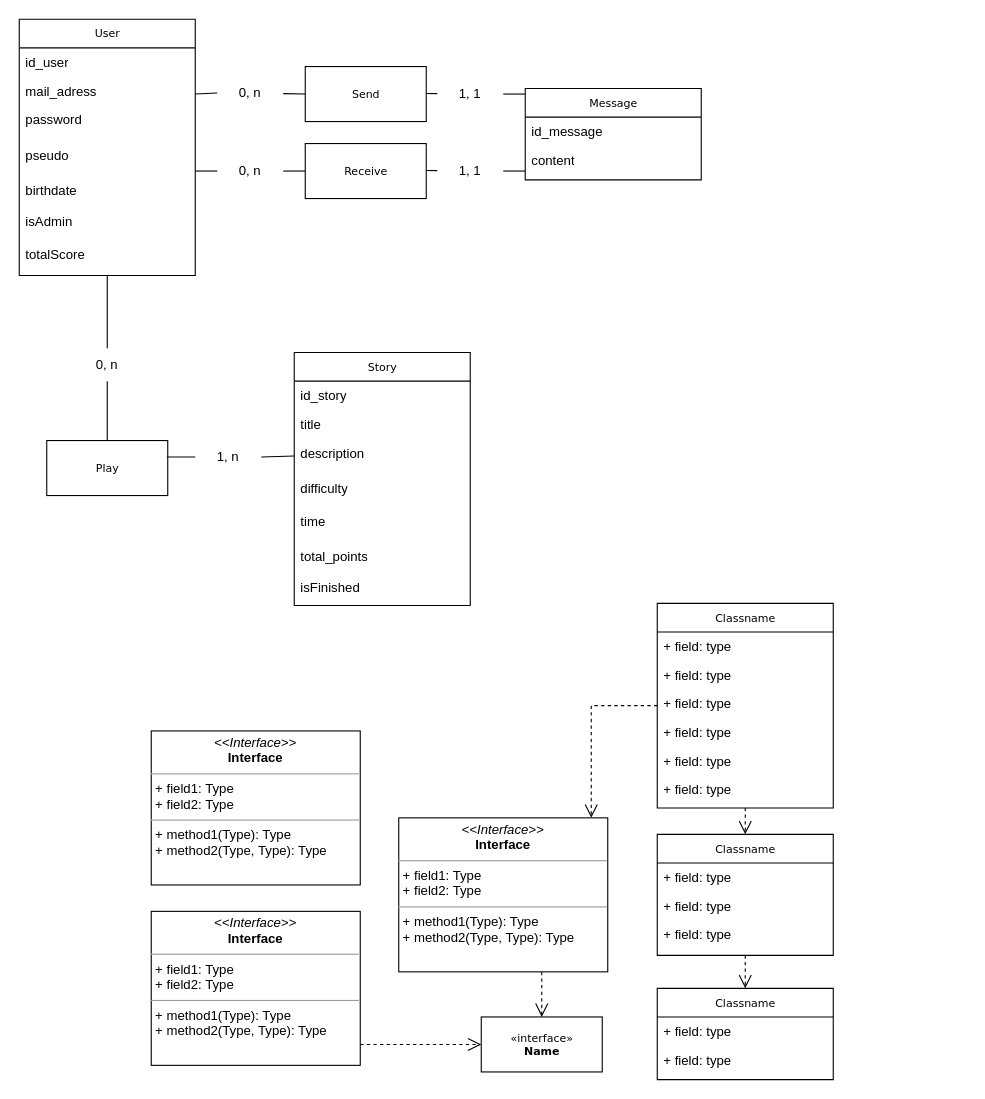
Earlier version of the draw.io diagram public/MCD_Interface.drawio (EnguerranSGG/Escape_Game_Project). Source tidied: cells renumbered, new cells numbered last; positions are measured from the earlier drawing's top-left corner, leaving out a move shared by most shapes. Both pictures are drawn from the tidied source at 110%, with x=0, y=0 at pixel (19, 19).
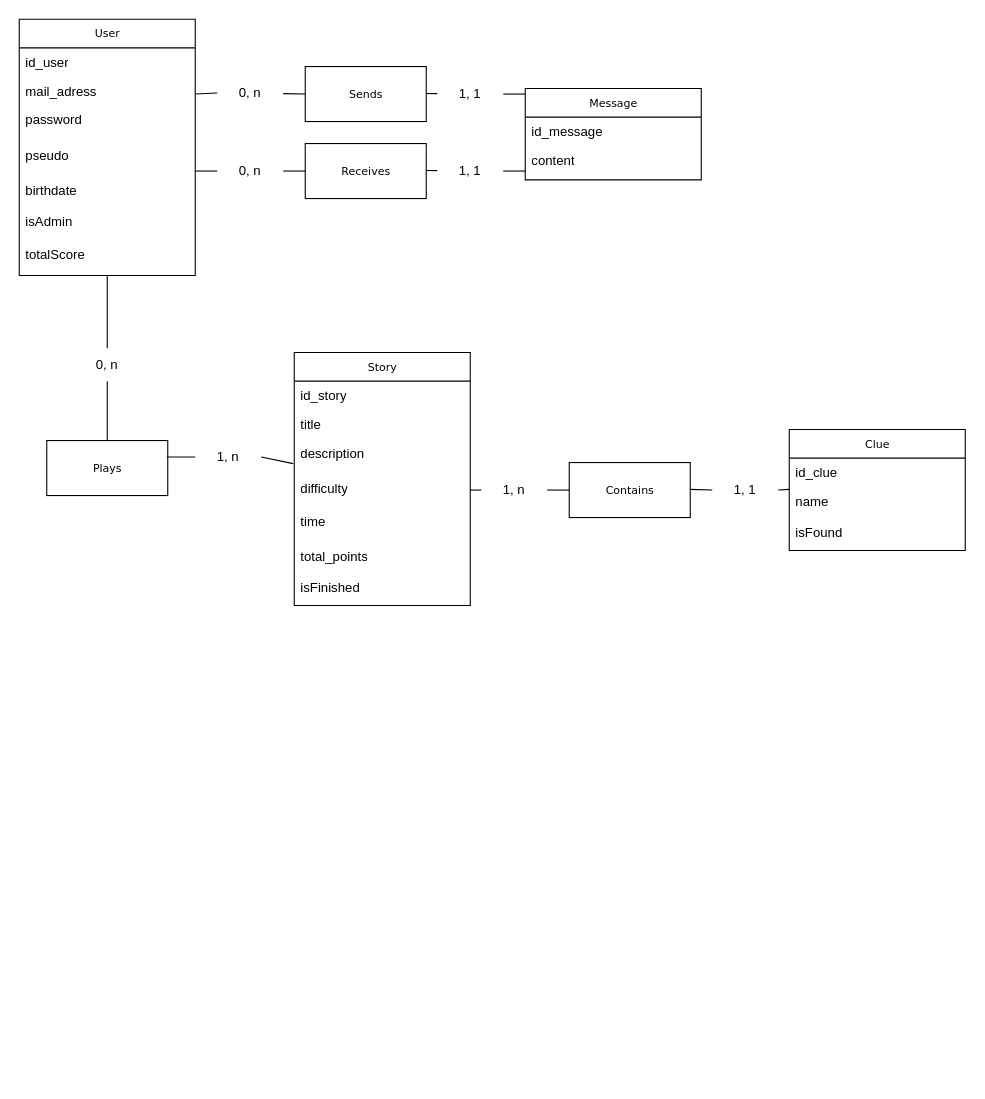
After the change.

Commit message:
Adding a clue's table

Unchanged cells that the change refers to:
```xml
<mxCell id="45" value="description" style="text;html=1;strokeColor=none;fillColor=none;align=left;verticalAlign=top;spacingLeft=4;spacingRight=4;whiteSpace=wrap;overflow=hidden;points=[[0,0.5],[1,0.5]];portConstraint=eastwest;" parent="42" vertex="1">
  <mxGeometry y="78" width="160" height="32" as="geometry" />
</mxCell>
<mxCell id="46" value="difficulty" style="text;html=1;strokeColor=none;fillColor=none;align=left;verticalAlign=top;spacingLeft=4;spacingRight=4;whiteSpace=wrap;overflow=hidden;points=[[0,0.5],[1,0.5]];portConstraint=eastwest;" parent="42" vertex="1">
  <mxGeometry y="110" width="160" height="30" as="geometry" />
</mxCell>
<mxCell id="64" value="&lt;div&gt;1, n &lt;/div&gt;" style="text;html=1;align=center;verticalAlign=middle;whiteSpace=wrap;rounded=0;" parent="1" vertex="1">
  <mxGeometry x="160" y="383" width="60" height="30" as="geometry" />
</mxCell>
```

The edit, as a diff of the source:
```diff
@@
-    <mxCell id="2" style="edgeStyle=orthogonalEdgeStyle;rounded=0;html=1;dashed=1;labelBackgroundColor=none;startFill=0;endArrow=open;endFill=0;endSize=10;fontFamily=Verdana;fontSize=10;" parent="1" edge="1" source="4" target="32">
-      <mxGeometry relative="1" as="geometry">
-        <Array as="points">
-          <mxPoint x="520" y="624" />
-        </Array>
-      </mxGeometry>
-    </mxCell>
-    <mxCell id="3" style="edgeStyle=orthogonalEdgeStyle;rounded=0;html=1;dashed=1;labelBackgroundColor=none;startFill=0;endArrow=open;endFill=0;endSize=10;fontFamily=Verdana;fontSize=10;" parent="1" edge="1" source="4" target="26">
-      <mxGeometry relative="1" as="geometry" />
-    </mxCell>
-    <mxCell id="4" value="Classname" style="swimlane;html=1;fontStyle=0;horizontal=1;startSize=26;fillColor=none;swimlaneFillColor=#ffffff;rounded=0;shadow=0;comic=0;labelBackgroundColor=none;strokeWidth=1;fontFamily=Verdana;fontSize=10;align=center;" parent="1" vertex="1">
-      <mxGeometry x="580" y="531" width="160" height="186" as="geometry" />
-    </mxCell>
-    <mxCell id="5" value="+ field: type" style="text;html=1;strokeColor=none;fillColor=none;align=left;verticalAlign=top;spacingLeft=4;spacingRight=4;whiteSpace=wrap;overflow=hidden;" parent="4" vertex="1">
-      <mxGeometry y="26" width="160" height="26" as="geometry" />
-    </mxCell>
-    <mxCell id="6" value="+ field: type" style="text;html=1;strokeColor=none;fillColor=none;align=left;verticalAlign=top;spacingLeft=4;spacingRight=4;whiteSpace=wrap;overflow=hidden;" parent="4" vertex="1">
-      <mxGeometry y="52" width="160" height="26" as="geometry" />
-    </mxCell>
-    <mxCell id="7" value="+ field: type" style="text;html=1;strokeColor=none;fillColor=none;align=left;verticalAlign=top;spacingLeft=4;spacingRight=4;whiteSpace=wrap;overflow=hidden;" parent="4" vertex="1">
-      <mxGeometry y="78" width="160" height="26" as="geometry" />
-    </mxCell>
-    <mxCell id="8" value="+ field: type" style="text;html=1;strokeColor=none;fillColor=none;align=left;verticalAlign=top;spacingLeft=4;spacingRight=4;whiteSpace=wrap;overflow=hidden;" parent="4" vertex="1">
-      <mxGeometry y="104" width="160" height="26" as="geometry" />
-    </mxCell>
-    <mxCell id="9" value="+ field: type" style="text;html=1;strokeColor=none;fillColor=none;align=left;verticalAlign=top;spacingLeft=4;spacingRight=4;whiteSpace=wrap;overflow=hidden;" parent="4" vertex="1">
-      <mxGeometry y="130" width="160" height="26" as="geometry" />
-    </mxCell>
-    <mxCell id="10" value="+ field: type" style="text;html=1;strokeColor=none;fillColor=none;align=left;verticalAlign=top;spacingLeft=4;spacingRight=4;whiteSpace=wrap;overflow=hidden;" parent="4" vertex="1">
-      <mxGeometry y="156" width="160" height="26" as="geometry" />
-    </mxCell>
@@
-    <mxCell id="22" value="Classname" style="swimlane;html=1;fontStyle=0;horizontal=1;startSize=26;fillColor=none;swimlaneFillColor=#ffffff;rounded=0;shadow=0;comic=0;labelBackgroundColor=none;strokeWidth=1;fontFamily=Verdana;fontSize=10;align=center;" parent="1" vertex="1">
-      <mxGeometry x="580" y="881" width="160" height="83" as="geometry" />
-    </mxCell>
-    <mxCell id="23" value="+ field: type" style="text;html=1;strokeColor=none;fillColor=none;align=left;verticalAlign=top;spacingLeft=4;spacingRight=4;whiteSpace=wrap;overflow=hidden;" parent="22" vertex="1">
-      <mxGeometry y="26" width="160" height="26" as="geometry" />
-    </mxCell>
-    <mxCell id="24" value="+ field: type" style="text;html=1;strokeColor=none;fillColor=none;align=left;verticalAlign=top;spacingLeft=4;spacingRight=4;whiteSpace=wrap;overflow=hidden;" parent="22" vertex="1">
-      <mxGeometry y="52" width="160" height="26" as="geometry" />
-    </mxCell>
-    <mxCell id="25" style="edgeStyle=orthogonalEdgeStyle;rounded=0;html=1;dashed=1;labelBackgroundColor=none;startFill=0;endArrow=open;endFill=0;endSize=10;fontFamily=Verdana;fontSize=10;" parent="1" edge="1" source="26" target="22">
-      <mxGeometry relative="1" as="geometry" />
-    </mxCell>
-    <mxCell id="26" value="Classname" style="swimlane;html=1;fontStyle=0;horizontal=1;startSize=26;fillColor=none;swimlaneFillColor=#ffffff;rounded=0;shadow=0;comic=0;labelBackgroundColor=none;strokeWidth=1;fontFamily=Verdana;fontSize=10;align=center;" parent="1" vertex="1">
-      <mxGeometry x="580" y="741" width="160" height="110" as="geometry" />
-    </mxCell>
-    <mxCell id="27" value="+ field: type" style="text;html=1;strokeColor=none;fillColor=none;align=left;verticalAlign=top;spacingLeft=4;spacingRight=4;whiteSpace=wrap;overflow=hidden;" parent="26" vertex="1">
-      <mxGeometry y="26" width="160" height="26" as="geometry" />
-    </mxCell>
-    <mxCell id="28" value="+ field: type" style="text;html=1;strokeColor=none;fillColor=none;align=left;verticalAlign=top;spacingLeft=4;spacingRight=4;whiteSpace=wrap;overflow=hidden;" parent="26" vertex="1">
-      <mxGeometry y="52" width="160" height="26" as="geometry" />
-    </mxCell>
-    <mxCell id="29" value="+ field: type" style="text;html=1;strokeColor=none;fillColor=none;align=left;verticalAlign=top;spacingLeft=4;spacingRight=4;whiteSpace=wrap;overflow=hidden;" parent="26" vertex="1">
-      <mxGeometry y="78" width="160" height="26" as="geometry" />
-    </mxCell>
-    <mxCell id="30" value="&amp;laquo;interface&amp;raquo;&lt;br&gt;&lt;b&gt;Name&lt;/b&gt;" style="html=1;rounded=0;shadow=0;comic=0;labelBackgroundColor=none;strokeWidth=1;fontFamily=Verdana;fontSize=10;align=center;" parent="1" vertex="1">
-      <mxGeometry x="420" y="907" width="110" height="50" as="geometry" />
-    </mxCell>
-    <mxCell id="31" style="edgeStyle=orthogonalEdgeStyle;rounded=0;html=1;dashed=1;labelBackgroundColor=none;startFill=0;endArrow=open;endFill=0;endSize=10;fontFamily=Verdana;fontSize=10;" parent="1" edge="1" source="32" target="30">
-      <mxGeometry relative="1" as="geometry">
-        <Array as="points">
-          <mxPoint x="475" y="873" />
-          <mxPoint x="475" y="873" />
-        </Array>
-      </mxGeometry>
-    </mxCell>
-    <mxCell id="32" value="&lt;p style=&quot;margin:0px;margin-top:4px;text-align:center;&quot;&gt;&lt;i&gt;&amp;lt;&amp;lt;Interface&amp;gt;&amp;gt;&lt;/i&gt;&lt;br/&gt;&lt;b&gt;Interface&lt;/b&gt;&lt;/p&gt;&lt;hr size=&quot;1&quot;/&gt;&lt;p style=&quot;margin:0px;margin-left:4px;&quot;&gt;+ field1: Type&lt;br/&gt;+ field2: Type&lt;/p&gt;&lt;hr size=&quot;1&quot;/&gt;&lt;p style=&quot;margin:0px;margin-left:4px;&quot;&gt;+ method1(Type): Type&lt;br/&gt;+ method2(Type, Type): Type&lt;/p&gt;" style="verticalAlign=top;align=left;overflow=fill;fontSize=12;fontFamily=Helvetica;html=1;rounded=0;shadow=0;comic=0;labelBackgroundColor=none;strokeWidth=1;" parent="1" vertex="1">
-      <mxGeometry x="345" y="726" width="190" height="140" as="geometry" />
-    </mxCell>
-    <mxCell id="33" style="edgeStyle=orthogonalEdgeStyle;rounded=0;html=1;dashed=1;labelBackgroundColor=none;startFill=0;endArrow=open;endFill=0;endSize=10;fontFamily=Verdana;fontSize=10;" parent="1" edge="1" source="34" target="30">
-      <mxGeometry relative="1" as="geometry">
-        <Array as="points">
-          <mxPoint x="340" y="932" />
-          <mxPoint x="340" y="932" />
-        </Array>
-      </mxGeometry>
-    </mxCell>
-    <mxCell id="34" value="&lt;p style=&quot;margin:0px;margin-top:4px;text-align:center;&quot;&gt;&lt;i&gt;&amp;lt;&amp;lt;Interface&amp;gt;&amp;gt;&lt;/i&gt;&lt;br/&gt;&lt;b&gt;Interface&lt;/b&gt;&lt;/p&gt;&lt;hr size=&quot;1&quot;/&gt;&lt;p style=&quot;margin:0px;margin-left:4px;&quot;&gt;+ field1: Type&lt;br/&gt;+ field2: Type&lt;/p&gt;&lt;hr size=&quot;1&quot;/&gt;&lt;p style=&quot;margin:0px;margin-left:4px;&quot;&gt;+ method1(Type): Type&lt;br/&gt;+ method2(Type, Type): Type&lt;/p&gt;" style="verticalAlign=top;align=left;overflow=fill;fontSize=12;fontFamily=Helvetica;html=1;rounded=0;shadow=0;comic=0;labelBackgroundColor=none;strokeWidth=1;" parent="1" vertex="1">
-      <mxGeometry x="120" y="811" width="190" height="140" as="geometry" />
-    </mxCell>
-    <mxCell id="35" value="&lt;p style=&quot;margin:0px;margin-top:4px;text-align:center;&quot;&gt;&lt;i&gt;&amp;lt;&amp;lt;Interface&amp;gt;&amp;gt;&lt;/i&gt;&lt;br/&gt;&lt;b&gt;Interface&lt;/b&gt;&lt;/p&gt;&lt;hr size=&quot;1&quot;/&gt;&lt;p style=&quot;margin:0px;margin-left:4px;&quot;&gt;+ field1: Type&lt;br/&gt;+ field2: Type&lt;/p&gt;&lt;hr size=&quot;1&quot;/&gt;&lt;p style=&quot;margin:0px;margin-left:4px;&quot;&gt;+ method1(Type): Type&lt;br/&gt;+ method2(Type, Type): Type&lt;/p&gt;" style="verticalAlign=top;align=left;overflow=fill;fontSize=12;fontFamily=Helvetica;html=1;rounded=0;shadow=0;comic=0;labelBackgroundColor=none;strokeWidth=1;" parent="1" vertex="1">
-      <mxGeometry x="120" y="647" width="190" height="140" as="geometry" />
-    </mxCell>
-    <mxCell id="36" value="Send" style="html=1;rounded=0;shadow=0;comic=0;labelBackgroundColor=none;strokeWidth=1;fontFamily=Verdana;fontSize=10;align=center;" parent="1" vertex="1">
+    <mxCell id="36" value="Sends" style="html=1;rounded=0;shadow=0;comic=0;labelBackgroundColor=none;strokeWidth=1;fontFamily=Verdana;fontSize=10;align=center;" parent="1" vertex="1">
       <mxGeometry x="260" y="43" width="110" height="50" as="geometry" />
     </mxCell>
@@
-    <mxCell id="39" value="Receive" style="html=1;rounded=0;shadow=0;comic=0;labelBackgroundColor=none;strokeWidth=1;fontFamily=Verdana;fontSize=10;align=center;" parent="1" vertex="1">
+    <mxCell id="39" value="Receives" style="html=1;rounded=0;shadow=0;comic=0;labelBackgroundColor=none;strokeWidth=1;fontFamily=Verdana;fontSize=10;align=center;" parent="1" vertex="1">
       <mxGeometry x="260" y="113" width="110" height="50" as="geometry" />
     </mxCell>
@@
-    <mxCell id="50" value="Play" style="html=1;rounded=0;shadow=0;comic=0;labelBackgroundColor=none;strokeWidth=1;fontFamily=Verdana;fontSize=10;align=center;" parent="1" vertex="1">
+    <mxCell id="50" value="Plays" style="html=1;rounded=0;shadow=0;comic=0;labelBackgroundColor=none;strokeWidth=1;fontFamily=Verdana;fontSize=10;align=center;" parent="1" vertex="1">
       <mxGeometry x="25" y="383" width="110" height="50" as="geometry" />
     </mxCell>
@@
-    <mxCell id="62" style="endArrow=none;html=1;rounded=0;entryX=0;entryY=0.5;entryDx=0;entryDy=0;exitX=1;exitY=0.5;exitDx=0;exitDy=0;" parent="1" edge="1" source="64" target="45">
+    <mxCell id="62" style="endArrow=none;html=1;rounded=0;entryX=-0.006;entryY=0.719;entryDx=0;entryDy=0;entryPerimeter=0;exitX=1;exitY=0.5;exitDx=0;exitDy=0;" parent="1" edge="1" source="64" target="45">
       <mxGeometry relative="1" as="geometry" />
     </mxCell>
@@
+    <mxCell id="65" value="Contains" style="html=1;rounded=0;shadow=0;comic=0;labelBackgroundColor=none;strokeWidth=1;fontFamily=Verdana;fontSize=10;align=center;" parent="1" vertex="1">
+      <mxGeometry x="500" y="403" width="110" height="50" as="geometry" />
+    </mxCell>
+    <mxCell id="66" value="Clue" style="swimlane;html=1;fontStyle=0;horizontal=1;startSize=26;fillColor=none;swimlaneFillColor=#ffffff;rounded=0;shadow=0;comic=0;labelBackgroundColor=none;strokeWidth=1;fontFamily=Verdana;fontSize=10;align=center;" parent="1" vertex="1">
+      <mxGeometry x="700" y="373" width="160" height="110" as="geometry" />
+    </mxCell>
+    <mxCell id="67" value="id_clue" style="text;html=1;strokeColor=none;fillColor=none;align=left;verticalAlign=top;spacingLeft=4;spacingRight=4;whiteSpace=wrap;overflow=hidden;" parent="66" vertex="1">
+      <mxGeometry y="26" width="160" height="26" as="geometry" />
+    </mxCell>
+    <mxCell id="68" value="name" style="text;html=1;strokeColor=none;fillColor=none;align=left;verticalAlign=top;spacingLeft=4;spacingRight=4;whiteSpace=wrap;overflow=hidden;" parent="66" vertex="1">
+      <mxGeometry y="52" width="160" height="28" as="geometry" />
+    </mxCell>
+    <mxCell id="69" value="isFound" style="text;html=1;strokeColor=none;fillColor=none;align=left;verticalAlign=top;spacingLeft=4;spacingRight=4;whiteSpace=wrap;overflow=hidden;" parent="66" vertex="1">
+      <mxGeometry y="80" width="160" height="28" as="geometry" />
+    </mxCell>
+    <mxCell id="70" style="endArrow=none;html=1;rounded=0;entryX=0;entryY=0.5;entryDx=0;entryDy=0;exitX=1;exitY=0.5;exitDx=0;exitDy=0;" parent="1" edge="1" source="73" target="65">
+      <mxGeometry relative="1" as="geometry" />
+    </mxCell>
+    <mxCell id="71" style="endArrow=none;html=1;rounded=0;entryX=0;entryY=0.5;entryDx=0;entryDy=0;exitX=1;exitY=0.5;exitDx=0;exitDy=0;" parent="1" edge="1" source="75">
+      <mxGeometry relative="1" as="geometry">
+        <mxPoint x="700" y="427.4" as="targetPoint" />
+      </mxGeometry>
+    </mxCell>
+    <mxCell id="72" style="endArrow=none;html=1;rounded=0;entryX=0;entryY=0.5;entryDx=0;entryDy=0;exitX=1;exitY=0.5;exitDx=0;exitDy=0;" parent="1" edge="1" source="46" target="73">
+      <mxGeometry relative="1" as="geometry" />
+    </mxCell>
+    <mxCell id="73" value="&lt;div&gt;1, n &lt;/div&gt;" style="text;html=1;align=center;verticalAlign=middle;whiteSpace=wrap;rounded=0;" parent="1" vertex="1">
+      <mxGeometry x="420" y="413" width="60" height="30" as="geometry" />
+    </mxCell>
+    <mxCell id="74" style="endArrow=none;html=1;rounded=0;entryX=0;entryY=0.5;entryDx=0;entryDy=0;exitX=1;exitY=0.5;exitDx=0;exitDy=0;" parent="1" edge="1" target="75">
+      <mxGeometry relative="1" as="geometry">
+        <mxPoint x="610" y="427.4" as="sourcePoint" />
+      </mxGeometry>
+    </mxCell>
+    <mxCell id="75" value="&lt;div&gt;1, 1 &lt;/div&gt;" style="text;html=1;align=center;verticalAlign=middle;whiteSpace=wrap;rounded=0;" parent="1" vertex="1">
+      <mxGeometry x="630" y="413" width="60" height="30" as="geometry" />
+    </mxCell>
```
